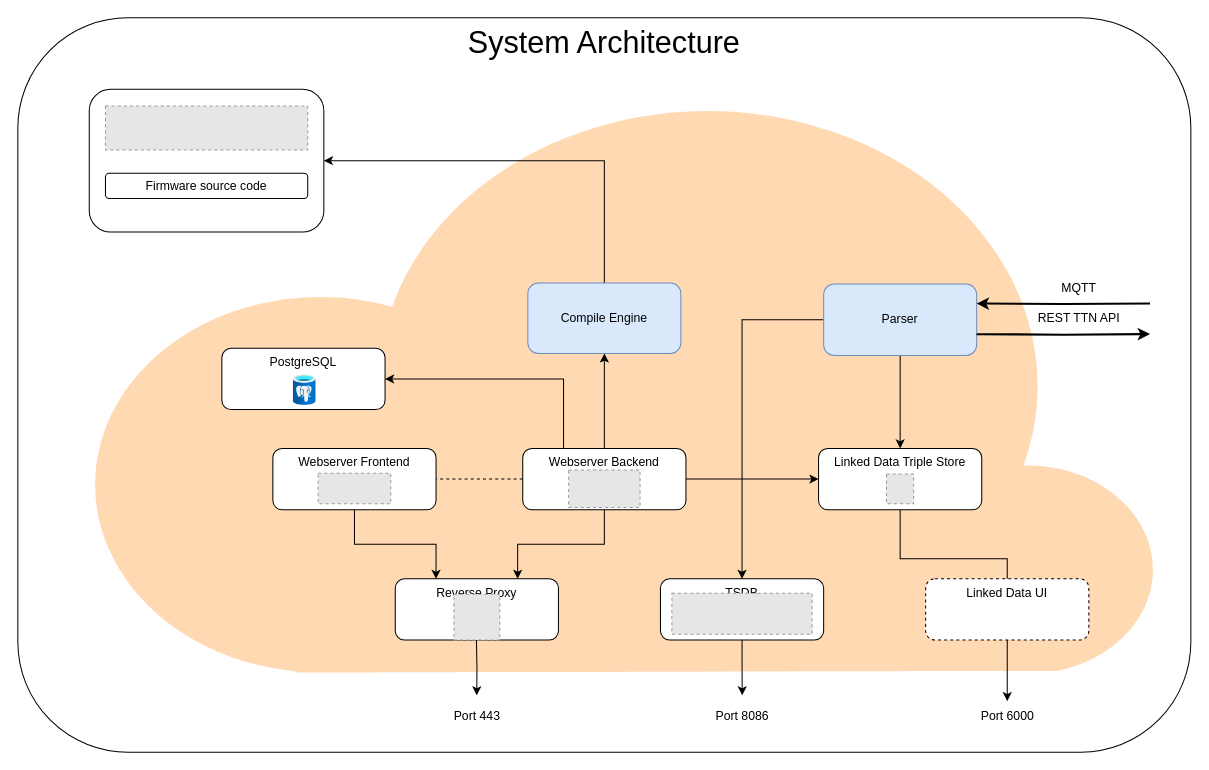
The draw.io diagram docs/diagrams/system_architecture.drawio in enricocirignaco/infrastructureforsensormanagment, before the edit. Source tidied: cells renumbered, new cells numbered last; positions are measured from the earlier drawing's top-left corner, leaving out a move shared by most shapes. Both pictures are drawn from the tidied source at 102%, with x=0, y=0 at pixel (17, 17). Pictures stored in the file or linked from it are replaced by grey dashed boxes.
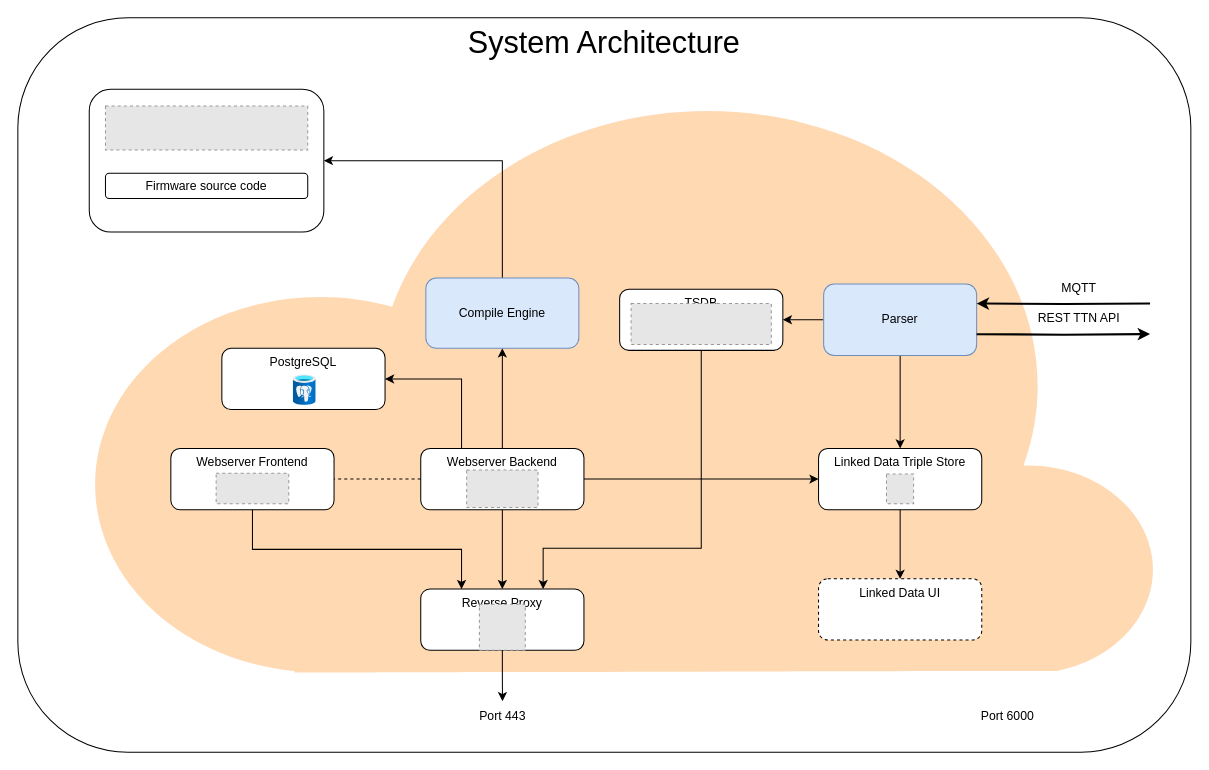
The same page after the edit.

The change refers to these unchanged cells:
```xml
<mxCell id="9" value="Parser" style="rounded=1;whiteSpace=wrap;html=1;fillColor=#dae8fc;strokeColor=#6c8ebf;" parent="1" vertex="1">
  <mxGeometry x="790" y="261" width="150" height="70" as="geometry" />
</mxCell>
<mxCell id="18" value="Webserver Backend" style="rounded=1;whiteSpace=wrap;html=1;verticalAlign=top;" parent="17" vertex="1">
  <mxGeometry y="2.2" width="160" height="60" as="geometry" />
</mxCell>
<mxCell id="20" style="group;" parent="1" vertex="1">
  <mxGeometry x="746.2" y="412.2" width="237.5" height="88.4" as="geometry" />
</mxCell>
<mxCell id="22" value="Linked Data Triple Store" style="rounded=1;whiteSpace=wrap;html=1;verticalAlign=top;" parent="20" vertex="1">
  <mxGeometry x="38.8" y="10" width="160" height="60" as="geometry" />
</mxCell>
<mxCell id="27" value="TSDB" style="rounded=1;whiteSpace=wrap;html=1;verticalAlign=top;" parent="25" vertex="1">
  <mxGeometry width="160" height="60" as="geometry" />
</mxCell>
<mxCell id="33" value="Linked Data UI" style="rounded=1;whiteSpace=wrap;html=1;verticalAlign=top;dashed=1;" parent="32" vertex="1">
  <mxGeometry width="160" height="60" as="geometry" />
</mxCell>
<mxCell id="36" value="Reverse Proxy" style="rounded=1;whiteSpace=wrap;html=1;verticalAlign=top;" parent="35" vertex="1">
  <mxGeometry width="160" height="60" as="geometry" />
</mxCell>
<mxCell id="37" style="fillColor=#E6E6E6;strokeColor=#999999;dashed=1;verticalLabelPosition=bottom;labelBackgroundColor=default;verticalAlign=top;" parent="35" vertex="1">
  <mxGeometry x="57.5" y="15" width="45" height="45" as="geometry" />
</mxCell>
```

The edit, as a diff of the source:
```diff
@@
     <mxCell id="6" value="Compile Engine" style="rounded=1;whiteSpace=wrap;html=1;fillColor=#dae8fc;strokeColor=#6c8ebf;" parent="1" vertex="1">
-      <mxGeometry x="500" y="260" width="150" height="69" as="geometry" />
+      <mxGeometry x="400" y="255" width="150" height="69" as="geometry" />
     </mxCell>
@@
-    <mxCell id="8" style="edgeStyle=orthogonalEdgeStyle;rounded=0;jettySize=auto;html=1;exitX=0;exitY=0.5;exitDx=0;exitDy=0;entryX=0.5;entryY=0;entryDx=0;entryDy=0;" parent="1" edge="1" source="9" target="27">
+    <mxCell id="8" style="edgeStyle=orthogonalEdgeStyle;rounded=0;jettySize=auto;html=1;exitX=0;exitY=0.5;exitDx=0;exitDy=0;entryX=1;entryY=0.5;entryDx=0;entryDy=0;" parent="1" edge="1" source="9" target="27">
       <mxGeometry relative="1" as="geometry" />
     </mxCell>
@@
     <mxCell id="14" style="group;" parent="1" vertex="1">
-      <mxGeometry x="250" y="422.2" width="160" height="60" as="geometry" />
+      <mxGeometry x="150" y="422.2" width="160" height="60" as="geometry" />
     </mxCell>
@@
     <mxCell id="17" style="group;" parent="1" vertex="1">
-      <mxGeometry x="495" y="420" width="160" height="60" as="geometry" />
+      <mxGeometry x="395" y="420" width="160" height="60" as="geometry" />
     </mxCell>
@@
-    <mxCell id="21" style="edgeStyle=orthogonalEdgeStyle;rounded=0;jettySize=auto;html=1;exitX=0.5;exitY=1;exitDx=0;exitDy=0;startArrow=none;startFill=0;endArrow=classic;endFill=1;" parent="20" edge="1" source="22">
-      <mxGeometry relative="1" as="geometry">
-        <mxPoint x="223.8" y="257.8" as="targetPoint" />
-        <Array as="points">
-          <mxPoint x="119" y="118" />
-          <mxPoint x="224" y="118" />
-        </Array>
-      </mxGeometry>
-    </mxCell>
@@
     <mxCell id="25" style="group;" parent="1" vertex="1">
-      <mxGeometry x="630" y="550" width="160" height="60" as="geometry" />
+      <mxGeometry x="590" y="266" width="160" height="60" as="geometry" />
     </mxCell>
-    <mxCell id="26" style="edgeStyle=orthogonalEdgeStyle;rounded=0;jettySize=auto;html=1;exitX=0.5;exitY=1;exitDx=0;exitDy=0;" parent="25" edge="1" source="27">
-      <mxGeometry relative="1" as="geometry">
-        <mxPoint x="80.2" y="114.2" as="targetPoint" />
-      </mxGeometry>
-    </mxCell>
@@
-    <mxCell id="30" value="Port 8086" style="text;html=1;align=center;verticalAlign=middle;strokeColor=none;fillColor=none;" parent="1" vertex="1">
-      <mxGeometry x="670" y="670" width="80" height="30" as="geometry" />
-    </mxCell>
     <mxCell id="31" value="Port 443" style="text;html=1;align=center;verticalAlign=middle;points=[];strokeColor=none;fillColor=none;" parent="1" vertex="1">
-      <mxGeometry x="415" y="670" width="70" height="30" as="geometry" />
+      <mxGeometry x="440" y="670" width="70" height="30" as="geometry" />
     </mxCell>
     <mxCell id="32" style="group;verticalAlign=middle;" parent="1" vertex="1">
-      <mxGeometry x="890" y="550" width="160" height="60" as="geometry" />
+      <mxGeometry x="785" y="550" width="160" height="60" as="geometry" />
     </mxCell>
@@
     <mxCell id="34" style="group;" parent="1" vertex="1">
-      <mxGeometry x="370" y="550" width="170" height="140" as="geometry" />
+      <mxGeometry x="500" y="560" width="170" height="140" as="geometry" />
     </mxCell>
     <mxCell id="35" style="group;" parent="34" vertex="1">
-      <mxGeometry width="160" height="60" as="geometry" />
+      <mxGeometry x="-105" width="160" height="60" as="geometry" />
     </mxCell>
@@
-    <mxCell id="38" style="edgeStyle=orthogonalEdgeStyle;rounded=0;jettySize=auto;html=1;entryX=0.75;entryY=0;entryDx=0;entryDy=0;" parent="1" edge="1" source="18" target="36">
-      <mxGeometry relative="1" as="geometry" />
-    </mxCell>
@@
-    <mxCell id="44" style="edgeStyle=orthogonalEdgeStyle;rounded=0;orthogonalLoop=1;jettySize=auto;html=1;exitX=0.5;exitY=1;exitDx=0;exitDy=0;" parent="1" edge="1">
-      <mxGeometry relative="1" as="geometry">
-        <mxPoint x="449.6" y="610" as="sourcePoint" />
-        <mxPoint x="449.9" y="664.2" as="targetPoint" />
-      </mxGeometry>
-    </mxCell>
@@
+    <mxCell id="38" style="edgeStyle=orthogonalEdgeStyle;rounded=0;jettySize=auto;html=1;exitX=0.5;exitY=1;exitDx=0;exitDy=0;entryX=0.5;entryY=0;entryDx=0;entryDy=0;" parent="1" edge="1" source="18" target="36">
+      <mxGeometry relative="1" as="geometry" />
+    </mxCell>
+    <mxCell id="50" style="edgeStyle=orthogonalEdgeStyle;rounded=0;jettySize=auto;html=1;exitX=0.5;exitY=1;exitDx=0;exitDy=0;entryX=0.502;entryY=0;entryDx=0;entryDy=0;entryPerimeter=0;" parent="1" edge="1" source="37" target="31">
+      <mxGeometry relative="1" as="geometry" />
+    </mxCell>
+    <mxCell id="21" style="edgeStyle=orthogonalEdgeStyle;rounded=0;jettySize=auto;html=1;exitX=0.5;exitY=1;exitDx=0;exitDy=0;startArrow=none;startFill=0;endArrow=classic;endFill=1;entryX=0.5;entryY=0;entryDx=0;entryDy=0;" parent="1" edge="1" source="22" target="33">
+      <mxGeometry relative="1" as="geometry">
+        <Array as="points">
+          <mxPoint x="865" y="530" />
+          <mxPoint x="865" y="530" />
+        </Array>
+      </mxGeometry>
+    </mxCell>
+    <mxCell id="51" style="edgeStyle=orthogonalEdgeStyle;rounded=0;jettySize=auto;html=1;exitX=0.5;exitY=1;exitDx=0;exitDy=0;entryX=0.75;entryY=0;entryDx=0;entryDy=0;" parent="1" edge="1" source="27" target="36">
+      <mxGeometry relative="1" as="geometry">
+        <Array as="points">
+          <mxPoint x="670" y="520" />
+          <mxPoint x="515" y="520" />
+        </Array>
+      </mxGeometry>
+    </mxCell>
```
